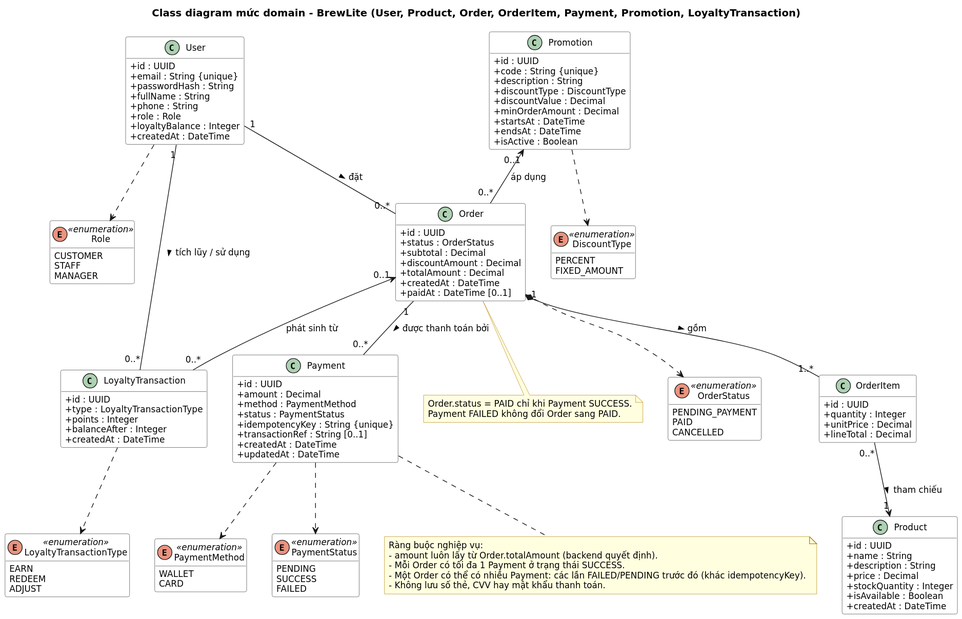
The PlantUML diagram docs/diagrams/class-domain.svg in supergigachadsupreme300/brewlite2, before a commit. Its diagram source:
```plantuml
@startuml
title Class diagram mức domain - BrewLite (User, Product, Order, OrderItem, Payment, Promotion, LoyaltyTransaction)

skinparam defaultFontName "DejaVu Sans"
skinparam defaultFontSize 12
skinparam shadowing false
skinparam classAttributeIconSize 0
skinparam ClassBackgroundColor #FFFFFF
skinparam ClassBorderColor #444444
skinparam NoteBackgroundColor #FFFFE0
skinparam NoteBorderColor #B8860B
hide empty methods

enum Role <<enumeration>> {
  CUSTOMER
  STAFF
  MANAGER
}

enum OrderStatus <<enumeration>> {
  PENDING_PAYMENT
  PAID
  CANCELLED
}

enum PaymentMethod <<enumeration>> {
  WALLET
  CARD
}

enum PaymentStatus <<enumeration>> {
  PENDING
  SUCCESS
  FAILED
}

enum DiscountType <<enumeration>> {
  PERCENT
  FIXED_AMOUNT
}

enum LoyaltyTransactionType <<enumeration>> {
  EARN
  REDEEM
  ADJUST
}

class User {
  +id : UUID
  +email : String {unique}
  +passwordHash : String
  +fullName : String
  +phone : String
  +role : Role
  +loyaltyBalance : Integer
  +createdAt : DateTime
}

class Product {
  +id : UUID
  +name : String
  +description : String
  +price : Decimal
  +stockQuantity : Integer
  +isAvailable : Boolean
  +createdAt : DateTime
}

class Order {
  +id : UUID
  +status : OrderStatus
  +subtotal : Decimal
  +discountAmount : Decimal
  +totalAmount : Decimal
  +createdAt : DateTime
  +paidAt : DateTime [0..1]
}

class OrderItem {
  +id : UUID
  +quantity : Integer
  +unitPrice : Decimal
  +lineTotal : Decimal
}

class Payment {
  +id : UUID
  +amount : Decimal
  +method : PaymentMethod
  +status : PaymentStatus
  +idempotencyKey : String {unique}
  +transactionRef : String [0..1]
  +createdAt : DateTime
  +updatedAt : DateTime
}

class Promotion {
  +id : UUID
  +code : String {unique}
  +description : String
  +discountType : DiscountType
  +discountValue : Decimal
  +minOrderAmount : Decimal
  +startsAt : DateTime
  +endsAt : DateTime
  +isActive : Boolean
}

class LoyaltyTransaction {
  +id : UUID
  +type : LoyaltyTransactionType
  +points : Integer
  +balanceAfter : Integer
  +createdAt : DateTime
}

User "1" -- "0..*" Order : đặt >
Order "1" *-- "1..*" OrderItem : gồm >
OrderItem "0..*" --> "1" Product : tham chiếu >
Order "1" -- "0..*" Payment : được thanh toán bởi >
Promotion "0..1" <-- "0..*" Order : áp dụng
User "1" -- "0..*" LoyaltyTransaction : tích lũy / sử dụng >
Order "0..1" <-- "0..*" LoyaltyTransaction : phát sinh từ

User ..> Role
Order ..> OrderStatus
Payment ..> PaymentMethod
Payment ..> PaymentStatus
Promotion ..> DiscountType
LoyaltyTransaction ..> LoyaltyTransactionType

note bottom of Payment
  Ràng buộc nghiệp vụ:
  - amount luôn lấy từ Order.totalAmount (backend quyết định).
  - Mỗi Order có tối đa 1 Payment ở trạng thái SUCCESS.
  - Một Order có thể có nhiều Payment: các lần FAILED/PENDING trước đó (khác idempotencyKey).
  - Không lưu số thẻ, CVV hay mật khẩu thanh toán.
end note

note bottom of Order
  Order.status = PAID chỉ khi Payment SUCCESS.
  Payment FAILED không đổi Order sang PAID.
end note
@enduml
```
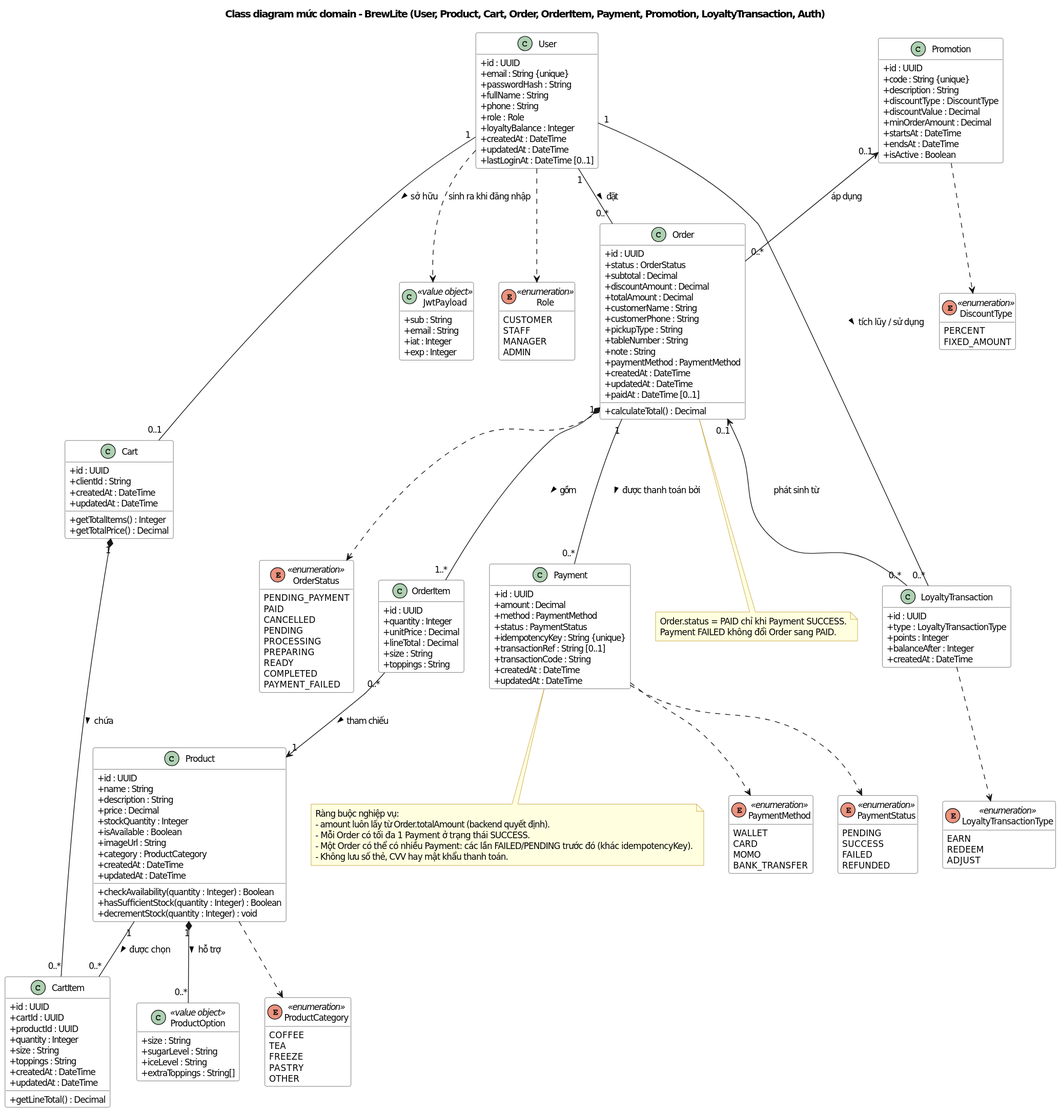
After the change.

Change to the diagram source:
```diff
@@ -1,5 +1,5 @@
 @startuml
-title Class diagram mức domain - BrewLite (User, Product, Order, OrderItem, Payment, Promotion, LoyaltyTransaction)
+title Class diagram mức domain - BrewLite (User, Product, Cart, Order, OrderItem, Payment, Promotion, LoyaltyTransaction, Auth)
 
 skinparam defaultFontName "DejaVu Sans"
 skinparam defaultFontSize 12
@@ -15,23 +15,33 @@
   CUSTOMER
   STAFF
   MANAGER
+  ADMIN
 }
 
 enum OrderStatus <<enumeration>> {
   PENDING_PAYMENT
   PAID
   CANCELLED
+  PENDING
+  PROCESSING
+  PREPARING
+  READY
+  COMPLETED
+  PAYMENT_FAILED
 }
 
 enum PaymentMethod <<enumeration>> {
   WALLET
   CARD
+  MOMO
+  BANK_TRANSFER
 }
 
 enum PaymentStatus <<enumeration>> {
   PENDING
   SUCCESS
   FAILED
+  REFUNDED
 }
 
 enum DiscountType <<enumeration>> {
@@ -45,6 +55,14 @@
   ADJUST
 }
 
+enum ProductCategory <<enumeration>> {
+  COFFEE
+  TEA
+  FREEZE
+  PASTRY
+  OTHER
+}
+
 class User {
   +id : UUID
   +email : String {unique}
@@ -54,6 +72,8 @@
   +role : Role
   +loyaltyBalance : Integer
   +createdAt : DateTime
+  +updatedAt : DateTime
+  +lastLoginAt : DateTime [0..1]
 }
 
 class Product {
@@ -63,7 +83,41 @@
   +price : Decimal
   +stockQuantity : Integer
   +isAvailable : Boolean
+  +imageUrl : String
+  +category : ProductCategory
   +createdAt : DateTime
+  +updatedAt : DateTime
+  +checkAvailability(quantity : Integer) : Boolean
+  +hasSufficientStock(quantity : Integer) : Boolean
+  +decrementStock(quantity : Integer) : void
+}
+
+class ProductOption <<value object>> {
+  +size : String
+  +sugarLevel : String
+  +iceLevel : String
+  +extraToppings : String[]
+}
+
+class Cart {
+  +id : UUID
+  +clientId : String
+  +createdAt : DateTime
+  +updatedAt : DateTime
+  +getTotalItems() : Integer
+  +getTotalPrice() : Decimal
+}
+
+class CartItem {
+  +id : UUID
+  +cartId : UUID
+  +productId : UUID
+  +quantity : Integer
+  +size : String
+  +toppings : String
+  +createdAt : DateTime
+  +updatedAt : DateTime
+  +getLineTotal() : Decimal
 }
 
 class Order {
@@ -72,8 +126,16 @@
   +subtotal : Decimal
   +discountAmount : Decimal
   +totalAmount : Decimal
+  +customerName : String
+  +customerPhone : String
+  +pickupType : String
+  +tableNumber : String
+  +note : String
+  +paymentMethod : PaymentMethod
   +createdAt : DateTime
+  +updatedAt : DateTime
   +paidAt : DateTime [0..1]
+  +calculateTotal() : Decimal
 }
 
 class OrderItem {
@@ -81,6 +143,8 @@
   +quantity : Integer
   +unitPrice : Decimal
   +lineTotal : Decimal
+  +size : String
+  +toppings : String
 }
 
 class Payment {
@@ -90,6 +154,7 @@
   +status : PaymentStatus
   +idempotencyKey : String {unique}
   +transactionRef : String [0..1]
+  +transactionCode : String
   +createdAt : DateTime
   +updatedAt : DateTime
 }
@@ -114,6 +179,13 @@
   +createdAt : DateTime
 }
 
+class JwtPayload <<value object>> {
+  +sub : String
+  +email : String
+  +iat : Integer
+  +exp : Integer
+}
+
 User "1" -- "0..*" Order : đặt >
 Order "1" *-- "1..*" OrderItem : gồm >
 OrderItem "0..*" --> "1" Product : tham chiếu >
@@ -121,13 +193,18 @@
 Promotion "0..1" <-- "0..*" Order : áp dụng
 User "1" -- "0..*" LoyaltyTransaction : tích lũy / sử dụng >
 Order "0..1" <-- "0..*" LoyaltyTransaction : phát sinh từ
-
+User "1" -- "0..1" Cart : sở hữu >
+Cart "1" *-- "0..*" CartItem : chứa >
+Product "1" -- "0..*" CartItem : được chọn >
+Product "1" *-- "0..*" ProductOption : hỗ trợ >
+User ..> JwtPayload : sinh ra khi đăng nhập
 User ..> Role
 Order ..> OrderStatus
 Payment ..> PaymentMethod
 Payment ..> PaymentStatus
 Promotion ..> DiscountType
 LoyaltyTransaction ..> LoyaltyTransactionType
+Product ..> ProductCategory
 
 note bottom of Payment
   Ràng buộc nghiệp vụ:
```
